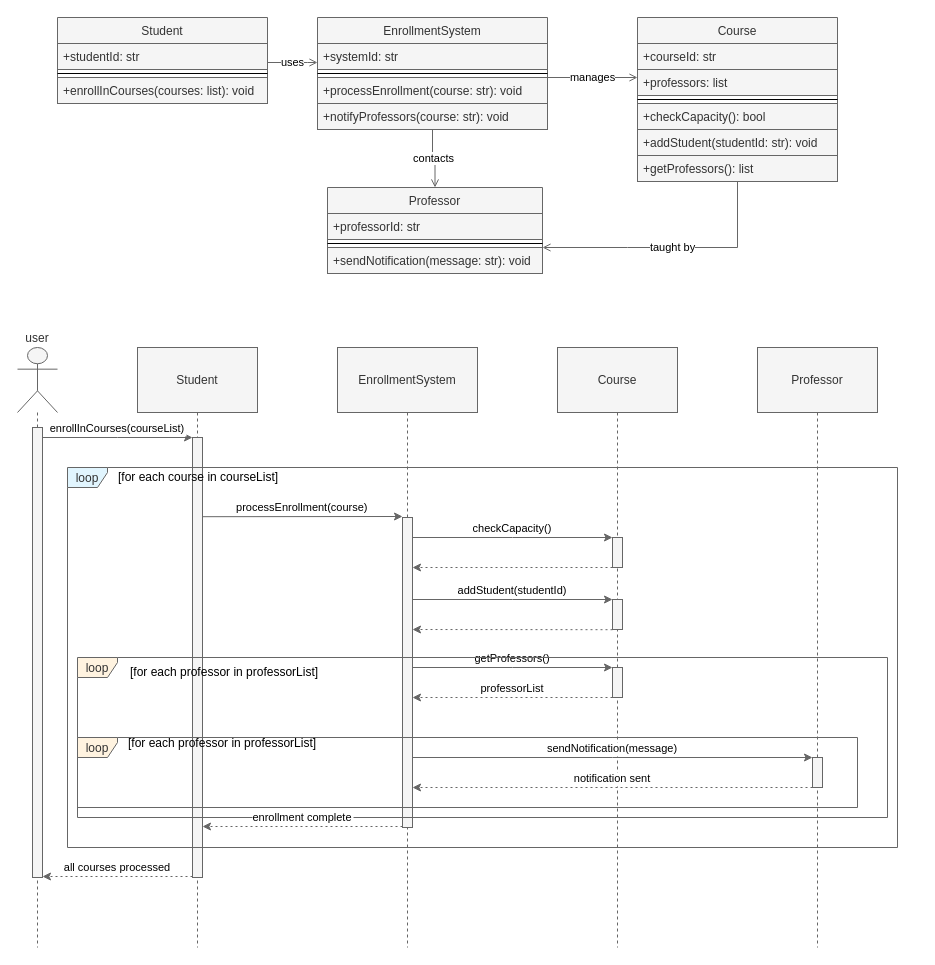
maslen4/drawio_plugin keeps this draw.io diagram as diagrams/examples/fragments_examples/loop_examples/loop_03.1.drawio. Above is the earlier version. Source tidied: cells renumbered, new cells numbered last; positions are measured from the earlier drawing's top-left corner, leaving out a move shared by most shapes. Both pictures are drawn from the tidied source at 100%, with x=0, y=0 at pixel (17, 17).
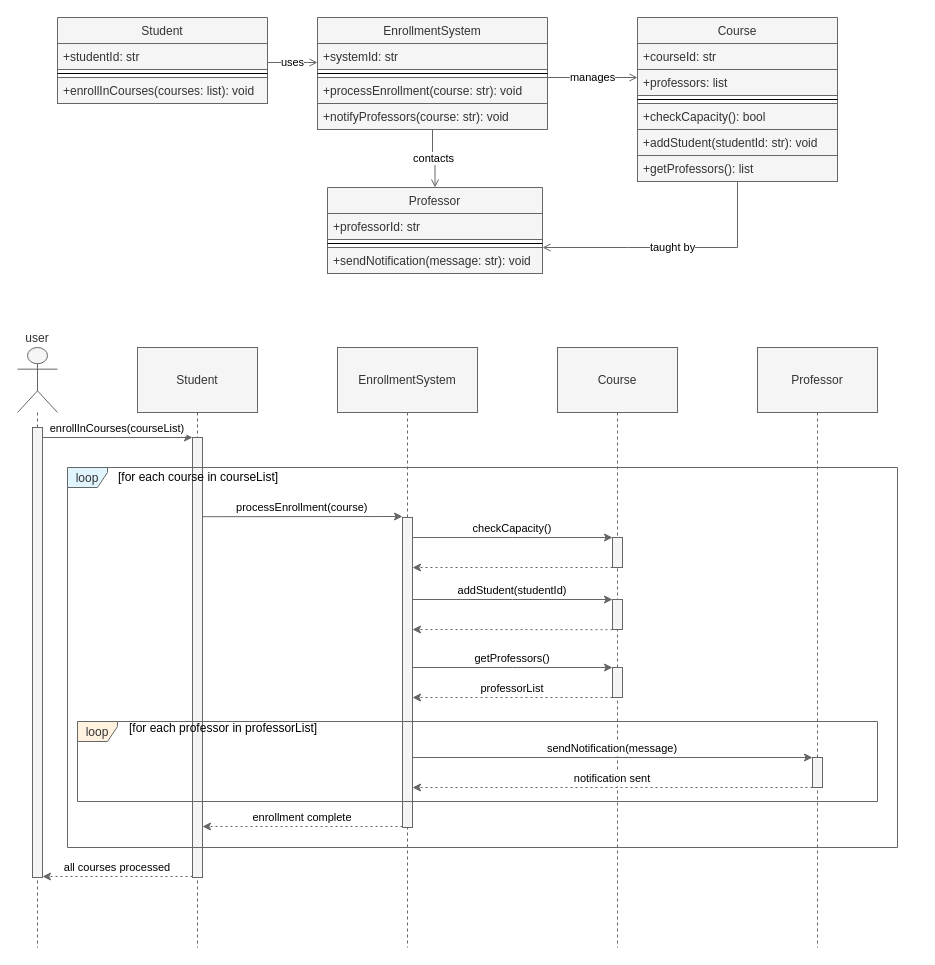
Above is the later version.

The change refers to these unchanged cells:
```xml
<mxCell id="28" style="group;fillColor=none;" parent="27" vertex="1">
  <mxGeometry y="330" width="900" height="600" as="geometry" />
</mxCell>
```

What changed in the source:
```diff
@@
     <mxCell id="50" value="loop" style="shape=umlFrame;strokeColor=#666666;height=20;width=40;fillColor=#fff3e0;fontColor=#333333;" parent="28" vertex="1">
-      <mxGeometry x="60" y="310" width="810" height="160" as="geometry" />
+      <mxGeometry x="60" y="374" width="800" height="80" as="geometry" />
     </mxCell>
     <mxCell id="51" value="[for each professor in professorList]" style="text;strokeColor=none;fillColor=none;align=left;verticalAlign=middle;whiteSpace=wrap;" parent="50" vertex="1">
-      <mxGeometry x="50.6" width="759.4" height="29.1" as="geometry" />
+      <mxGeometry x="50" width="750" height="14.5" as="geometry" />
     </mxCell>
@@
-    <mxCell id="57" value="loop" style="shape=umlFrame;strokeColor=#666666;height=20;width=40;fillColor=#fff3e0;fontColor=#333333;" parent="28" vertex="1">
-      <mxGeometry x="60" y="390" width="780" height="70" as="geometry" />
-    </mxCell>
-    <mxCell id="58" value="[for each professor in professorList]" style="text;strokeColor=none;fillColor=none;align=left;verticalAlign=middle;whiteSpace=wrap;" parent="57" vertex="1">
-      <mxGeometry x="48.8" width="731.2" height="12.7" as="geometry" />
-    </mxCell>
```
